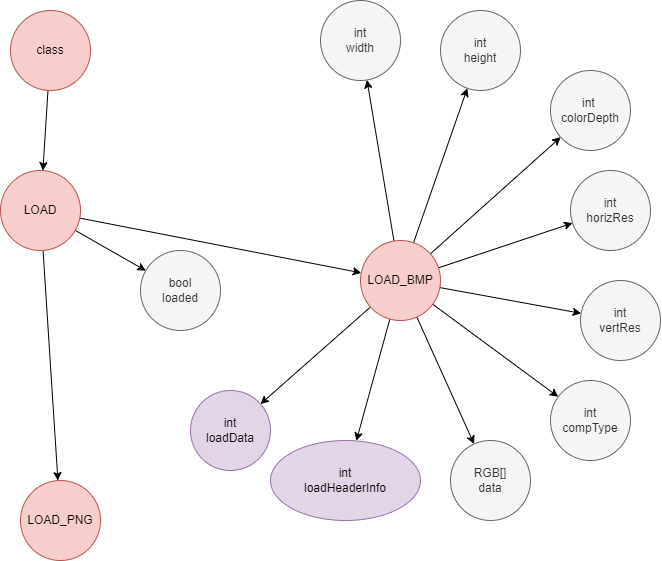
This is drawio/files/load/h.drawio.png from Tanso-mct/GLPA, a draw.io export, as it was before one commit. Source tidied: cells renumbered, new cells last; positions are measured from the earlier drawing's top-left corner, leaving out a move shared by most shapes.
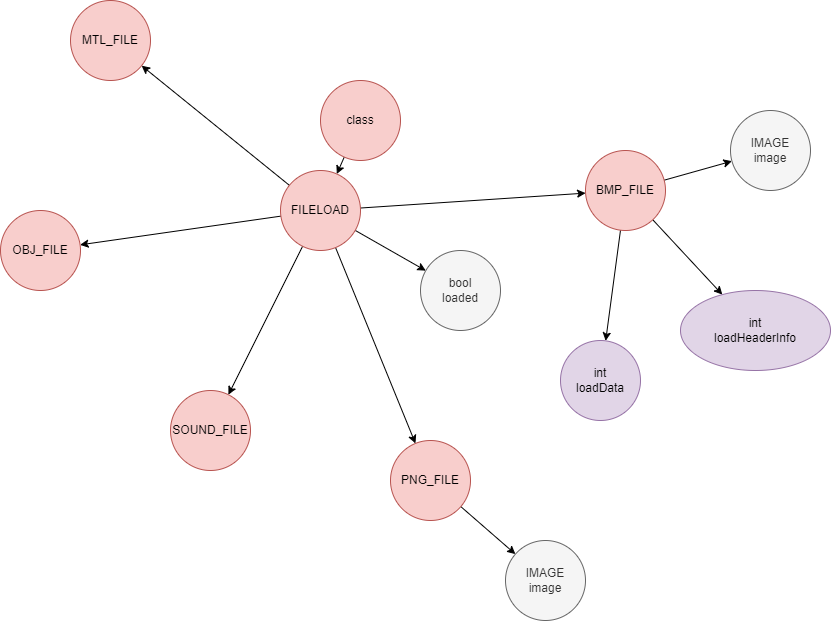
Above is the later version.

What changed in the source:
```diff
@@ -6,7 +6,7 @@
       <mxGeometry relative="1" as="geometry" />
     </mxCell>
     <mxCell id="3" value="class" style="ellipse;whiteSpace=wrap;html=1;fillColor=#f8cecc;strokeColor=#b85450;" parent="1" vertex="1">
-      <mxGeometry x="10" y="10" width="80" height="80" as="geometry" />
+      <mxGeometry x="40" y="80" width="80" height="80" as="geometry" />
     </mxCell>
     <mxCell id="4" style="edgeStyle=none;html=1;fontFamily=Helvetica;fontSize=12;fontColor=#333333;" parent="1" edge="1" source="7" target="17">
       <mxGeometry relative="1" as="geometry" />
@@ -17,71 +17,59 @@
     <mxCell id="6" style="edgeStyle=none;html=1;fontFamily=Helvetica;fontSize=12;fontColor=#333333;" parent="1" edge="1" source="7" target="19">
       <mxGeometry relative="1" as="geometry" />
     </mxCell>
+    <mxCell id="29" style="edgeStyle=none;html=1;" parent="1" edge="1" source="7" target="36">
+      <mxGeometry relative="1" as="geometry" />
+    </mxCell>
+    <mxCell id="30" style="edgeStyle=none;html=1;" parent="1" edge="1" source="7" target="37">
+      <mxGeometry relative="1" as="geometry" />
+    </mxCell>
+    <mxCell id="31" style="edgeStyle=none;html=1;" parent="1" edge="1" source="7" target="38">
+      <mxGeometry relative="1" as="geometry" />
+    </mxCell>
-    <mxCell id="7" value="LOAD" style="ellipse;whiteSpace=wrap;html=1;strokeColor=#b85450;fontFamily=Helvetica;fontSize=12;fillColor=#f8cecc;" parent="1" vertex="1">
+    <mxCell id="7" value="FILELOAD" style="ellipse;whiteSpace=wrap;html=1;strokeColor=#b85450;fontFamily=Helvetica;fontSize=12;fillColor=#f8cecc;" parent="1" vertex="1">
       <mxGeometry y="170" width="80" height="80" as="geometry" />
     </mxCell>
-    <mxCell id="8" style="edgeStyle=none;html=1;fontFamily=Helvetica;fontSize=12;fontColor=#333333;" parent="1" edge="1" source="17" target="20">
-      <mxGeometry relative="1" as="geometry" />
-    </mxCell>
-    <mxCell id="9" style="edgeStyle=none;html=1;fontFamily=Helvetica;fontSize=12;fontColor=#333333;" parent="1" edge="1" source="17" target="21">
-      <mxGeometry relative="1" as="geometry" />
-    </mxCell>
-    <mxCell id="10" style="edgeStyle=none;html=1;fontFamily=Helvetica;fontSize=12;fontColor=#333333;" parent="1" edge="1" source="17" target="23">
-      <mxGeometry relative="1" as="geometry" />
-    </mxCell>
-    <mxCell id="11" style="edgeStyle=none;html=1;fontFamily=Helvetica;fontSize=12;fontColor=#333333;" parent="1" edge="1" source="17" target="24">
-      <mxGeometry relative="1" as="geometry" />
-    </mxCell>
-    <mxCell id="12" style="edgeStyle=none;html=1;fontFamily=Helvetica;fontSize=12;fontColor=#333333;" parent="1" edge="1" source="17" target="25">
-      <mxGeometry relative="1" as="geometry" />
-    </mxCell>
-    <mxCell id="13" style="edgeStyle=none;html=1;fontFamily=Helvetica;fontSize=12;fontColor=#333333;" parent="1" edge="1" source="17" target="22">
-      <mxGeometry relative="1" as="geometry" />
-    </mxCell>
-    <mxCell id="14" style="edgeStyle=none;html=1;fontFamily=Helvetica;fontSize=12;fontColor=#333333;" parent="1" edge="1" source="17" target="26">
-      <mxGeometry relative="1" as="geometry" />
-    </mxCell>
     <mxCell id="15" style="edgeStyle=none;html=1;fontFamily=Helvetica;fontSize=12;fontColor=#333333;" parent="1" edge="1" source="17" target="27">
       <mxGeometry relative="1" as="geometry" />
     </mxCell>
     <mxCell id="16" style="edgeStyle=none;html=1;fontFamily=Helvetica;fontSize=12;fontColor=#333333;" parent="1" edge="1" source="17" target="28">
       <mxGeometry relative="1" as="geometry" />
     </mxCell>
+    <mxCell id="32" style="edgeStyle=none;html=1;" parent="1" edge="1" source="17" target="34">
+      <mxGeometry relative="1" as="geometry" />
+    </mxCell>
-    <mxCell id="17" value="LOAD_BMP" style="ellipse;whiteSpace=wrap;html=1;strokeColor=#b85450;fontFamily=Helvetica;fontSize=12;fillColor=#f8cecc;" parent="1" vertex="1">
-      <mxGeometry x="360" y="240" width="80" height="80" as="geometry" />
+    <mxCell id="17" value="BMP_FILE" style="ellipse;whiteSpace=wrap;html=1;strokeColor=#b85450;fontFamily=Helvetica;fontSize=12;fillColor=#f8cecc;" parent="1" vertex="1">
+      <mxGeometry x="305" y="150" width="80" height="80" as="geometry" />
     </mxCell>
     <mxCell id="18" value="bool&lt;br&gt;loaded" style="ellipse;whiteSpace=wrap;html=1;strokeColor=#666666;fontFamily=Helvetica;fontSize=12;fontColor=#333333;fillColor=#f5f5f5;" parent="1" vertex="1">
       <mxGeometry x="140" y="250" width="80" height="80" as="geometry" />
     </mxCell>
+    <mxCell id="33" style="edgeStyle=none;html=1;" parent="1" edge="1" source="19" target="35">
+      <mxGeometry relative="1" as="geometry" />
+    </mxCell>
-    <mxCell id="19" value="LOAD_PNG" style="ellipse;whiteSpace=wrap;html=1;strokeColor=#b85450;fontFamily=Helvetica;fontSize=12;fillColor=#f8cecc;" parent="1" vertex="1">
-      <mxGeometry x="20" y="480" width="80" height="80" as="geometry" />
+    <mxCell id="19" value="PNG_FILE" style="ellipse;whiteSpace=wrap;html=1;strokeColor=#b85450;fontFamily=Helvetica;fontSize=12;fillColor=#f8cecc;" parent="1" vertex="1">
+      <mxGeometry x="110" y="440" width="80" height="80" as="geometry" />
     </mxCell>
-    <mxCell id="20" value="int&lt;br&gt;width" style="ellipse;whiteSpace=wrap;html=1;strokeColor=#666666;fontFamily=Helvetica;fontSize=12;fontColor=#333333;fillColor=#f5f5f5;" parent="1" vertex="1">
-      <mxGeometry x="320" width="80" height="80" as="geometry" />
-    </mxCell>
-    <mxCell id="21" value="int&lt;br&gt;height" style="ellipse;whiteSpace=wrap;html=1;strokeColor=#666666;fontFamily=Helvetica;fontSize=12;fontColor=#333333;fillColor=#f5f5f5;" parent="1" vertex="1">
-      <mxGeometry x="440" y="10" width="80" height="80" as="geometry" />
-    </mxCell>
-    <mxCell id="22" value="int&amp;nbsp;&lt;br&gt;colorDepth" style="ellipse;whiteSpace=wrap;html=1;strokeColor=#666666;fontFamily=Helvetica;fontSize=12;fontColor=#333333;fillColor=#f5f5f5;" parent="1" vertex="1">
-      <mxGeometry x="550" y="70" width="80" height="80" as="geometry" />
-    </mxCell>
-    <mxCell id="23" value="int&lt;br&gt;horizRes" style="ellipse;whiteSpace=wrap;html=1;strokeColor=#666666;fontFamily=Helvetica;fontSize=12;fontColor=#333333;fillColor=#f5f5f5;" parent="1" vertex="1">
-      <mxGeometry x="570" y="170" width="80" height="80" as="geometry" />
-    </mxCell>
-    <mxCell id="24" value="int&lt;br&gt;vertRes" style="ellipse;whiteSpace=wrap;html=1;strokeColor=#666666;fontFamily=Helvetica;fontSize=12;fontColor=#333333;fillColor=#f5f5f5;" parent="1" vertex="1">
-      <mxGeometry x="580" y="280" width="80" height="80" as="geometry" />
-    </mxCell>
-    <mxCell id="25" value="int&lt;br&gt;compType" style="ellipse;whiteSpace=wrap;html=1;strokeColor=#666666;fontFamily=Helvetica;fontSize=12;fontColor=#333333;fillColor=#f5f5f5;" parent="1" vertex="1">
-      <mxGeometry x="550" y="380" width="80" height="80" as="geometry" />
-    </mxCell>
-    <mxCell id="26" value="RGB[]&lt;br&gt;data" style="ellipse;whiteSpace=wrap;html=1;strokeColor=#666666;fontFamily=Helvetica;fontSize=12;fontColor=#333333;fillColor=#f5f5f5;" parent="1" vertex="1">
-      <mxGeometry x="450" y="440" width="80" height="80" as="geometry" />
-    </mxCell>
     <mxCell id="27" value="int&lt;br&gt;loadHeaderInfo" style="ellipse;whiteSpace=wrap;html=1;strokeColor=#9673a6;fontFamily=Helvetica;fontSize=12;fillColor=#e1d5e7;" parent="1" vertex="1">
-      <mxGeometry x="270" y="440" width="150" height="80" as="geometry" />
+      <mxGeometry x="400" y="290" width="150" height="80" as="geometry" />
     </mxCell>
     <mxCell id="28" value="int&lt;br&gt;loadData" style="ellipse;whiteSpace=wrap;html=1;strokeColor=#9673a6;fontFamily=Helvetica;fontSize=12;fillColor=#e1d5e7;" parent="1" vertex="1">
-      <mxGeometry x="190" y="390" width="80" height="80" as="geometry" />
+      <mxGeometry x="280" y="340" width="80" height="80" as="geometry" />
     </mxCell>
+    <mxCell id="34" value="IMAGE&lt;br&gt;image" style="ellipse;whiteSpace=wrap;html=1;fillColor=#f5f5f5;fontColor=#333333;strokeColor=#666666;" parent="1" vertex="1">
+      <mxGeometry x="450" y="110" width="80" height="80" as="geometry" />
+    </mxCell>
+    <mxCell id="35" value="IMAGE&lt;br&gt;image" style="ellipse;whiteSpace=wrap;html=1;fillColor=#f5f5f5;fontColor=#333333;strokeColor=#666666;" parent="1" vertex="1">
+      <mxGeometry x="225" y="540" width="80" height="80" as="geometry" />
+    </mxCell>
+    <mxCell id="36" value="SOUND_FILE" style="ellipse;whiteSpace=wrap;html=1;fillColor=#f8cecc;strokeColor=#b85450;" parent="1" vertex="1">
+      <mxGeometry x="-110" y="390" width="80" height="80" as="geometry" />
+    </mxCell>
+    <mxCell id="37" value="OBJ_FILE" style="ellipse;whiteSpace=wrap;html=1;fillColor=#f8cecc;strokeColor=#b85450;" parent="1" vertex="1">
+      <mxGeometry x="-280" y="210" width="80" height="80" as="geometry" />
+    </mxCell>
+    <mxCell id="38" value="MTL_FILE" style="ellipse;whiteSpace=wrap;html=1;fillColor=#f8cecc;strokeColor=#b85450;" parent="1" vertex="1">
+      <mxGeometry x="-210" width="80" height="80" as="geometry" />
+    </mxCell>
   </root>
 </mxGraphModel>
```
